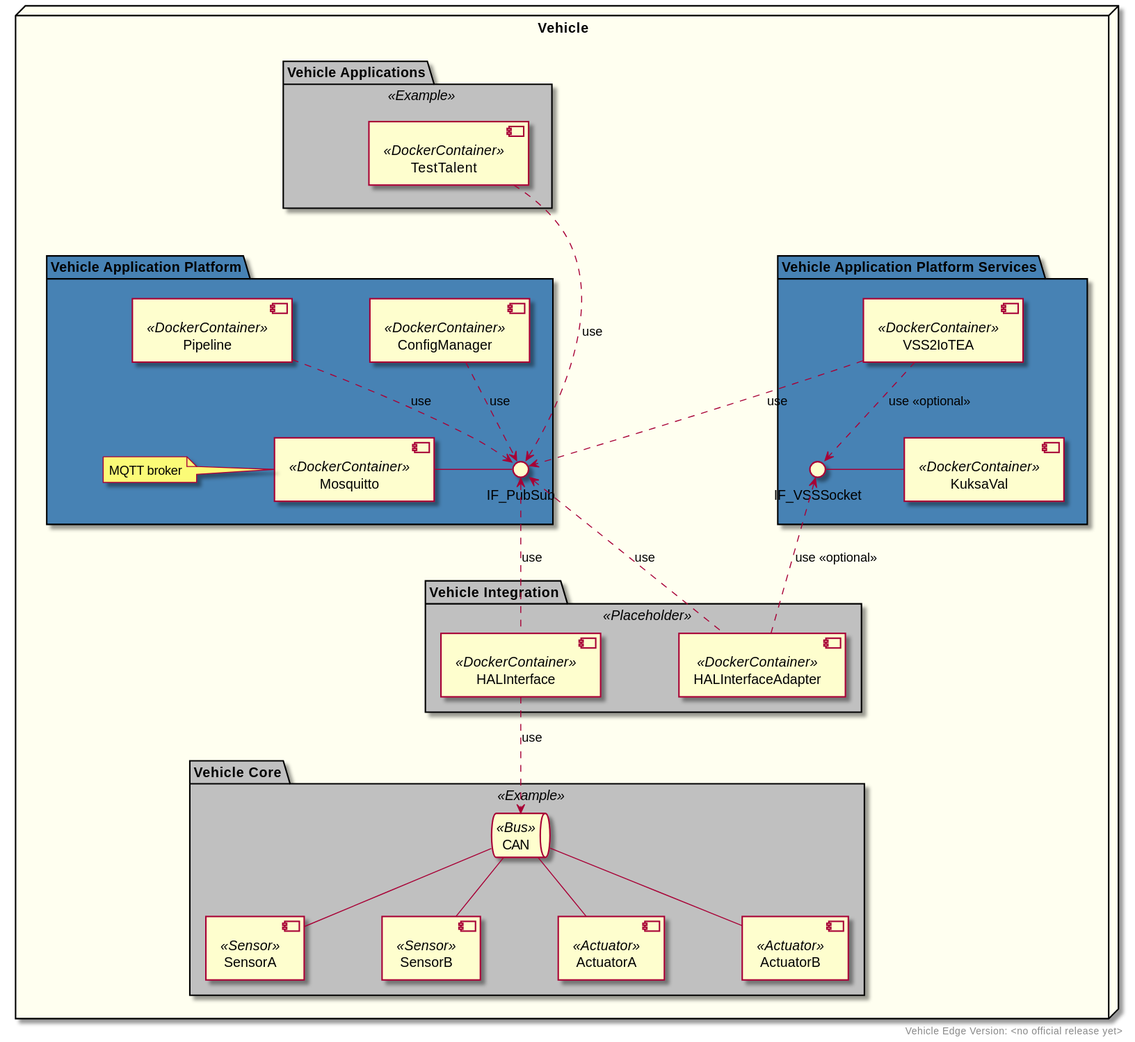
This is docs/assets/plantuml/vehicle_edge_default_deployment.svg from COVESA/vehicle-edge, a PlantUML export, as it was before one commit.
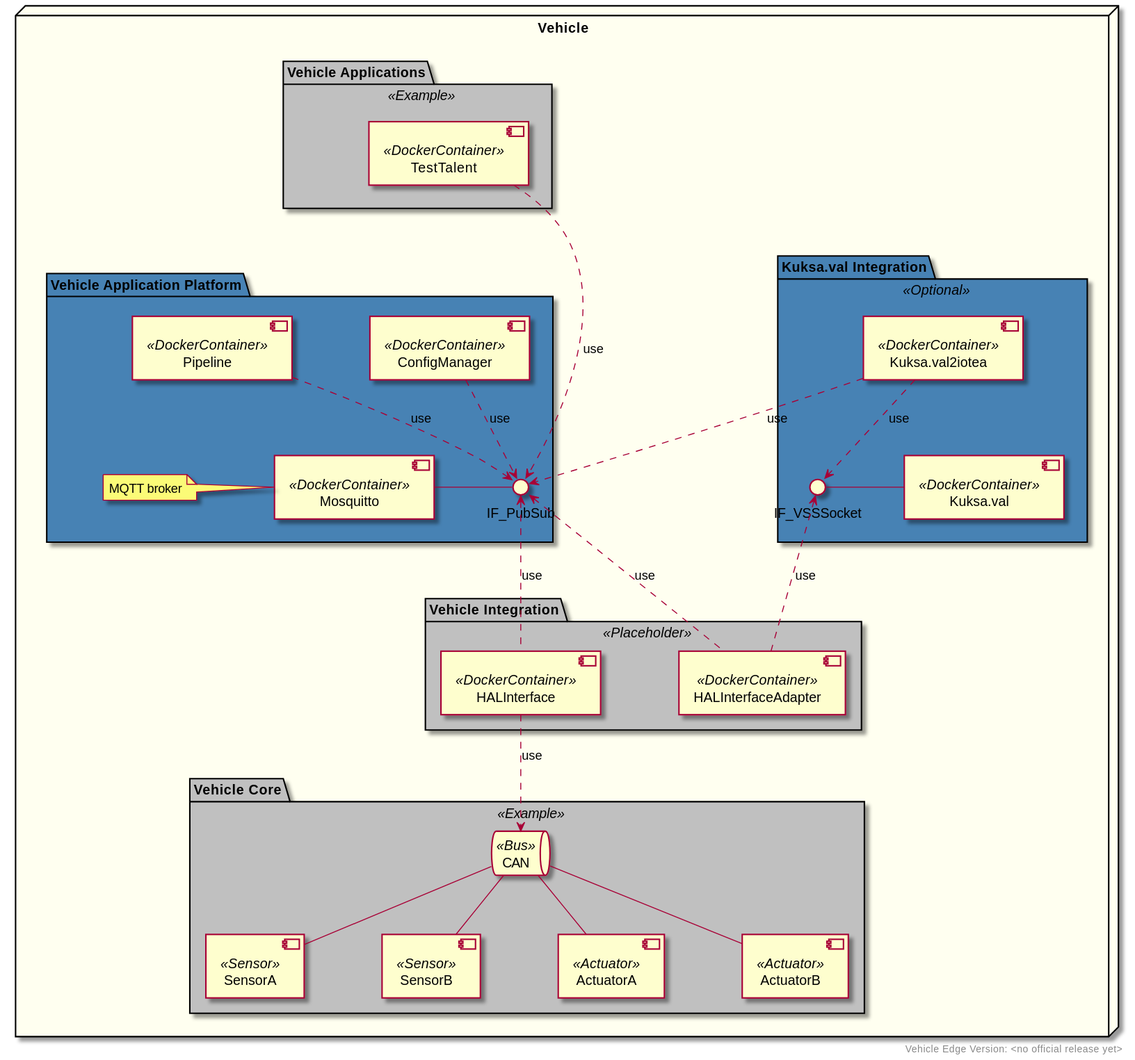
The same diagram one commit later.

The edit, as a diff of the source:
```diff
@@ -17,11 +17,11 @@
                 note left of Mosquitto : MQTT broker
         }
 
-        package "Vehicle Application Platform Services" as VehicleApplicationPlatformServices #SteelBlue {
-            component [VSS2IoTEA] <<DockerContainer>>
-            component [KuksaVal] <<DockerContainer>>
+        package "Kuksa.val Integration" as KuksaValIntegration <<Optional>> #SteelBlue {
+            component [Kuksa.val2iotea] <<DockerContainer>>
+            component [Kuksa.val] <<DockerContainer>>
                 interface IF_VSSSocket as if_vss
-                KuksaVal -left- if_vss <<optional>>
+                Kuksa.val -left- if_vss
         }
 
         package "Vehicle Applications" as VehicleApplications <<Example>>  #Silver {
@@ -47,16 +47,16 @@
         }
 
         TestTalent .down.> if_pb : use
-        VSS2IoTEA ..> if_vss : use <<optional>>
-        VSS2IoTEA ..> if_pb : use
+        Kuksa.val2iotea ..> if_vss : use
+        Kuksa.val2iotea ..> if_pb : use
         Pipeline ..> if_pb : use
         ConfigManager ..> if_pb : use
         HALInterfaceAdapter .up.> if_pb : use
-        HALInterfaceAdapter .up.> if_vss : use <<optional>>
+        HALInterfaceAdapter .up.> if_vss : use
         HALInterface .up.> if_pb : use
         HALInterface .down.> CAN : use
 
         VehicleApplications -[hidden]down-> VehicleApplicationPlatform
-        VehicleApplicationPlatform -[hidden]right-> VehicleApplicationPlatformServices
+        VehicleApplicationPlatform -[hidden]right-> KuksaValIntegration
     }
 @enduml
```
